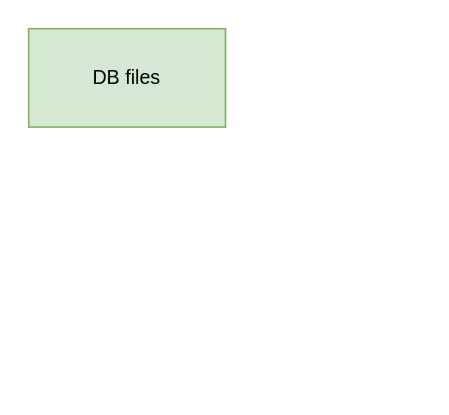
Before: 未命名绘图.drawio in Foolisher/docs, a draw.io diagram. Source tidied: cells renumbered, new cells numbered last; positions are measured from the earlier drawing's top-left corner, leaving out a move shared by most shapes. Both pictures are drawn from the tidied source at 164%, with x=0, y=0 at pixel (28, 28).
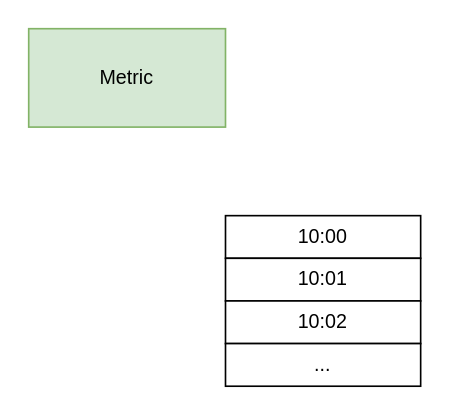
After the change.

Commit message:
已添加 未命名绘图.drawio

Change to the diagram source:
```diff
@@
 <mxGraphModel>
   <root>
     <mxCell id="0" />
     <mxCell id="1" parent="0" />
-    <mxCell id="2" value="DB files" style="rounded=0;whiteSpace=wrap;html=1;fillColor=#d5e8d4;strokeColor=#82b366;" parent="1" vertex="1">
+    <mxCell id="2" value="Metric" style="rounded=0;whiteSpace=wrap;html=1;fillColor=#d5e8d4;strokeColor=#82b366;" parent="1" vertex="1">
       <mxGeometry width="120" height="60" as="geometry" />
     </mxCell>
+    <mxCell id="3" value="10:00" style="rounded=0;whiteSpace=wrap;html=1;" parent="1" vertex="1">
+      <mxGeometry x="120" y="114" width="119" height="26" as="geometry" />
+    </mxCell>
+    <mxCell id="4" value="10:01" style="rounded=0;whiteSpace=wrap;html=1;" parent="1" vertex="1">
+      <mxGeometry x="120" y="140" width="119" height="26" as="geometry" />
+    </mxCell>
+    <mxCell id="5" value="10:02" style="rounded=0;whiteSpace=wrap;html=1;" parent="1" vertex="1">
+      <mxGeometry x="120" y="166" width="119" height="26" as="geometry" />
+    </mxCell>
+    <mxCell id="6" value="..." style="rounded=0;whiteSpace=wrap;html=1;" parent="1" vertex="1">
+      <mxGeometry x="120" y="192" width="119" height="26" as="geometry" />
+    </mxCell>
   </root>
 </mxGraphModel>
```
